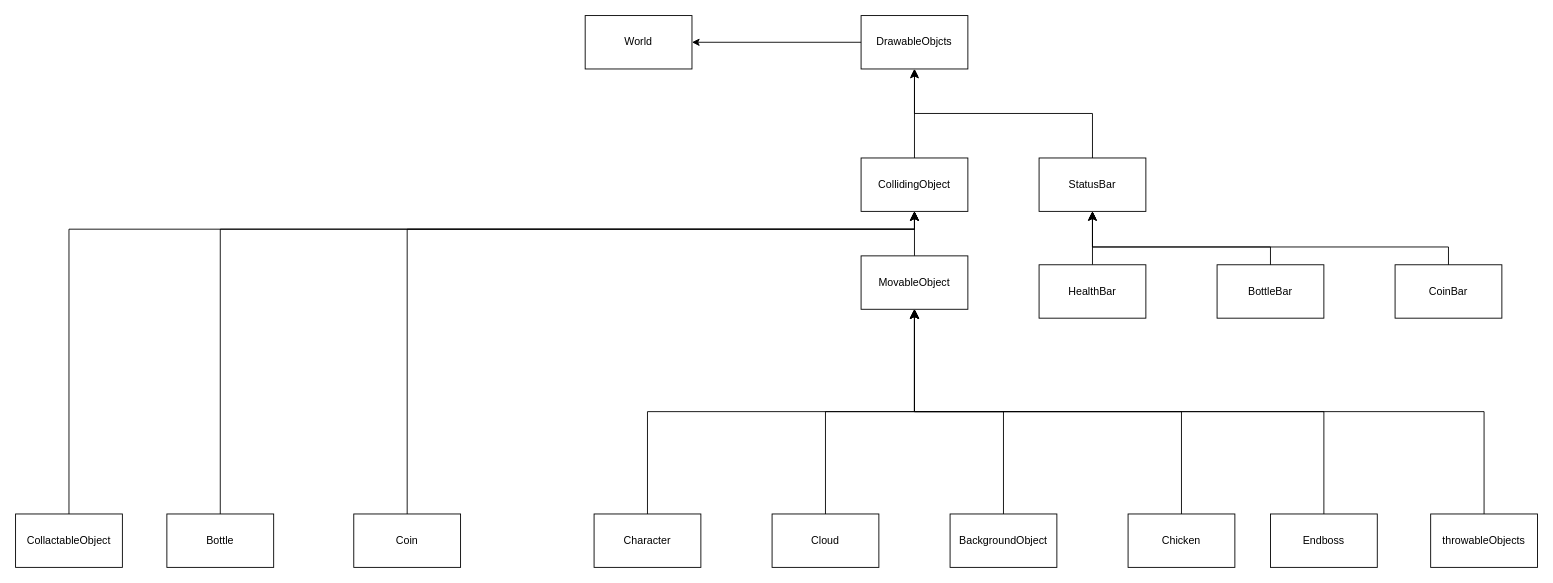
Philipp-Loetzsch/el_pollo-loco keeps this draw.io diagram as structur.drawio. Above is the earlier version. Source tidied: cells renumbered, new cells numbered last; positions are measured from the earlier drawing's top-left corner, leaving out a move shared by most shapes. Both pictures are drawn from the tidied source at 89%, with x=0, y=0 at pixel (15, 15).
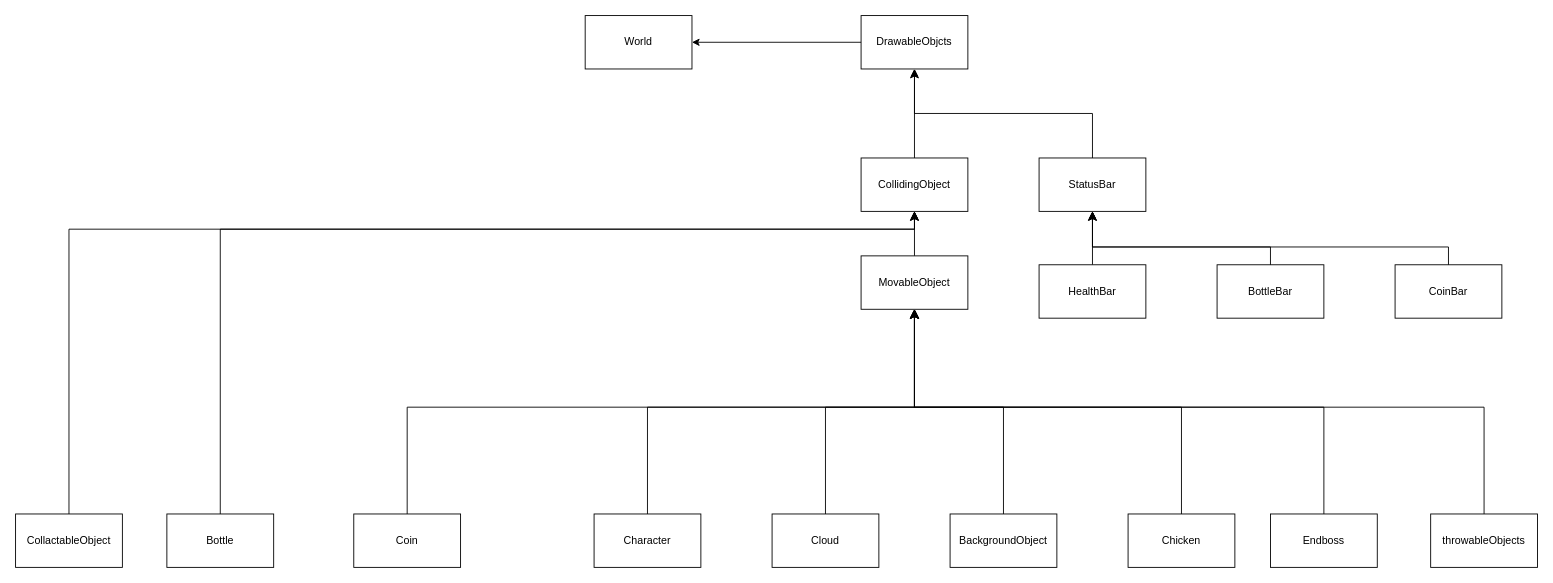
The same diagram, later.

The change refers to these unchanged cells:
```xml
<mxCell id="4" value="BackgroundObject" style="rounded=0;whiteSpace=wrap;html=1;" parent="1" vertex="1">
  <mxGeometry x="1050" y="560" width="120" height="60" as="geometry" />
</mxCell>
<mxCell id="6" value="MovableObject" style="rounded=0;whiteSpace=wrap;html=1;" parent="1" vertex="1">
  <mxGeometry x="950" y="270" width="120" height="60" as="geometry" />
</mxCell>
<mxCell id="7" value="Cloud" style="rounded=0;whiteSpace=wrap;html=1;" parent="1" vertex="1">
  <mxGeometry x="850" y="560" width="120" height="60" as="geometry" />
</mxCell>
<mxCell id="9" value="Chicken" style="rounded=0;whiteSpace=wrap;html=1;" parent="1" vertex="1">
  <mxGeometry x="1250" y="560" width="120" height="60" as="geometry" />
</mxCell>
<mxCell id="10" value="Character" style="rounded=0;whiteSpace=wrap;html=1;" parent="1" vertex="1">
  <mxGeometry x="650" y="560" width="120" height="60" as="geometry" />
</mxCell>
<mxCell id="15" value="Endboss" style="rounded=0;whiteSpace=wrap;html=1;" parent="1" vertex="1">
  <mxGeometry x="1410" y="560" width="120" height="60" as="geometry" />
</mxCell>
<mxCell id="17" value="throwableObjects" style="rounded=0;whiteSpace=wrap;html=1;" parent="1" vertex="1">
  <mxGeometry x="1590" y="560" width="120" height="60" as="geometry" />
</mxCell>
<mxCell id="19" value="CollidingObject" style="rounded=0;whiteSpace=wrap;html=1;" parent="1" vertex="1">
  <mxGeometry x="950" y="160" width="120" height="60" as="geometry" />
</mxCell>
```

Diff of the diagram source:
```diff
@@
     <mxCell id="11" style="edgeStyle=elbowEdgeStyle;elbow=vertical;endArrow=classic;html=1;curved=0;rounded=0;endSize=8;startSize=8;exitX=0.5;exitY=0;exitDx=0;exitDy=0;entryX=0.5;entryY=1;entryDx=0;entryDy=0;" parent="1" edge="1" source="10" target="6">
-      <mxGeometry relative="1" as="geometry" />
+      <mxGeometry relative="1" as="geometry">
+        <Array as="points">
+          <mxPoint x="890" y="440" />
+        </Array>
+      </mxGeometry>
     </mxCell>
     <mxCell id="12" style="edgeStyle=elbowEdgeStyle;elbow=vertical;endArrow=classic;html=1;curved=0;rounded=0;endSize=8;startSize=8;exitX=0.5;exitY=0;exitDx=0;exitDy=0;entryX=0.5;entryY=1;entryDx=0;entryDy=0;" parent="1" edge="1" source="7" target="6">
-      <mxGeometry relative="1" as="geometry" />
+      <mxGeometry relative="1" as="geometry">
+        <Array as="points">
+          <mxPoint x="970" y="440" />
+        </Array>
+      </mxGeometry>
     </mxCell>
     <mxCell id="13" style="edgeStyle=elbowEdgeStyle;elbow=vertical;endArrow=classic;html=1;curved=0;rounded=0;endSize=8;startSize=8;exitX=0.5;exitY=0;exitDx=0;exitDy=0;entryX=0.5;entryY=1;entryDx=0;entryDy=0;" parent="1" edge="1" source="4" target="6">
-      <mxGeometry relative="1" as="geometry" />
+      <mxGeometry relative="1" as="geometry">
+        <Array as="points">
+          <mxPoint x="1040" y="440" />
+        </Array>
+      </mxGeometry>
     </mxCell>
     <mxCell id="14" style="edgeStyle=elbowEdgeStyle;elbow=vertical;endArrow=classic;html=1;curved=0;rounded=0;endSize=8;startSize=8;exitX=0.5;exitY=0;exitDx=0;exitDy=0;entryX=0.5;entryY=1;entryDx=0;entryDy=0;" parent="1" edge="1" source="9" target="6">
-      <mxGeometry relative="1" as="geometry" />
+      <mxGeometry relative="1" as="geometry">
+        <Array as="points">
+          <mxPoint x="1040" y="440" />
+        </Array>
+      </mxGeometry>
     </mxCell>
@@
     <mxCell id="16" style="edgeStyle=elbowEdgeStyle;elbow=vertical;endArrow=classic;html=1;curved=0;rounded=0;endSize=8;startSize=8;exitX=0.5;exitY=0;exitDx=0;exitDy=0;entryX=0.5;entryY=1;entryDx=0;entryDy=0;" parent="1" edge="1" source="15" target="6">
-      <mxGeometry relative="1" as="geometry" />
+      <mxGeometry relative="1" as="geometry">
+        <Array as="points">
+          <mxPoint x="1040" y="440" />
+        </Array>
+      </mxGeometry>
     </mxCell>
@@
     <mxCell id="33" style="edgeStyle=elbowEdgeStyle;elbow=vertical;endArrow=classic;html=1;curved=0;rounded=0;endSize=8;startSize=8;exitX=0.5;exitY=0;exitDx=0;exitDy=0;entryX=0.5;entryY=1;entryDx=0;entryDy=0;" parent="1" edge="1" source="17" target="6">
-      <mxGeometry relative="1" as="geometry" />
+      <mxGeometry relative="1" as="geometry">
+        <Array as="points">
+          <mxPoint x="1070" y="440" />
+        </Array>
+      </mxGeometry>
     </mxCell>
-    <mxCell id="34" style="edgeStyle=elbowEdgeStyle;elbow=vertical;endArrow=classic;html=1;curved=0;rounded=0;endSize=8;startSize=8;entryX=0.5;entryY=1;entryDx=0;entryDy=0;" parent="1" edge="1" target="19">
+    <mxCell id="34" style="edgeStyle=elbowEdgeStyle;elbow=vertical;endArrow=classic;html=1;curved=0;rounded=0;endSize=8;startSize=8;" parent="1" edge="1">
       <mxGeometry relative="1" as="geometry">
         <mxPoint x="440" y="560" as="sourcePoint" />
+        <mxPoint x="1010" y="330" as="targetPoint" />
         <Array as="points">
-          <mxPoint x="720" y="240" />
+          <mxPoint x="660" y="440" />
         </Array>
       </mxGeometry>
     </mxCell>
```
